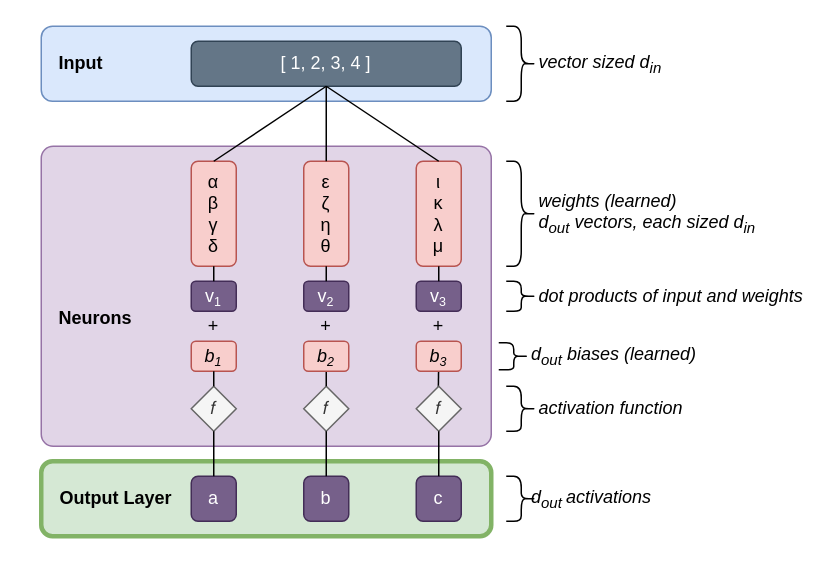
yshavit/llm-notes keeps this draw.io diagram as book/images/ffn/overview.drawio. Above is the earlier version. Source tidied: cells renumbered, new cells numbered last; positions are measured from the earlier drawing's top-left corner, leaving out a move shared by most shapes. Both pictures are drawn from the tidied source at 150%, with x=0, y=0 at pixel (40, 26).
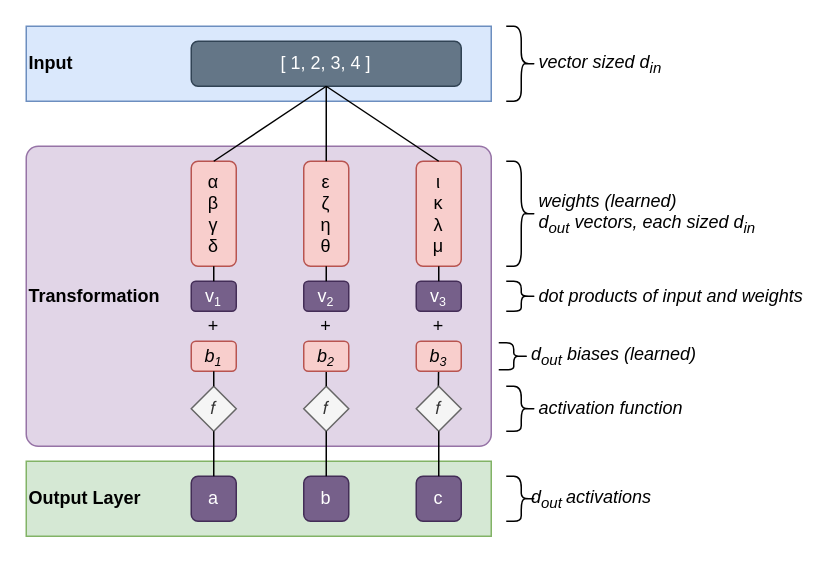
The same page after the edit.

The edit, as a diff of the source:
```diff
@@
-    <mxCell id="2" style="rounded=1;whiteSpace=wrap;html=1;fillColor=#e1d5e7;strokeColor=#9673a6;align=left;arcSize=4;" parent="1" vertex="1">
-      <mxGeometry y="80" width="300" height="200" as="geometry" />
+    <mxCell id="2" value="&lt;span style=&quot;font-weight: 700; background-color: transparent; color: light-dark(rgb(0, 0, 0), rgb(255, 255, 255));&quot;&gt;Trans&lt;/span&gt;&lt;span style=&quot;font-weight: 700; background-color: transparent; color: light-dark(rgb(0, 0, 0), rgb(255, 255, 255));&quot;&gt;formation&lt;/span&gt;" style="rounded=1;whiteSpace=wrap;html=1;fillColor=#e1d5e7;strokeColor=#9673a6;align=left;arcSize=4;" parent="1" vertex="1">
+      <mxGeometry x="-10" y="80" width="310" height="200" as="geometry" />
     </mxCell>
@@
-    <mxCell id="5" style="rounded=1;whiteSpace=wrap;html=1;fillColor=#dae8fc;strokeColor=#6c8ebf;align=left;" parent="1" vertex="1">
-      <mxGeometry width="300" height="50" as="geometry" />
+    <mxCell id="5" value="&lt;span style=&quot;font-weight: 700;&quot;&gt;Input&lt;/span&gt;" style="rounded=0;whiteSpace=wrap;html=1;fillColor=#dae8fc;strokeColor=#6c8ebf;align=left;" parent="1" vertex="1">
+      <mxGeometry x="-10" width="310" height="50" as="geometry" />
     </mxCell>
@@
-    <mxCell id="9" style="rounded=1;whiteSpace=wrap;html=1;fillColor=#d5e8d4;strokeColor=#82b366;align=left;strokeWidth=3;" parent="1" vertex="1">
-      <mxGeometry y="290" width="300" height="50" as="geometry" />
+    <mxCell id="9" value="&lt;span style=&quot;font-weight: 700; text-align: center;&quot;&gt;Output Layer&lt;/span&gt;" style="rounded=0;whiteSpace=wrap;html=1;fillColor=#d5e8d4;strokeColor=#82b366;align=left;strokeWidth=1;" parent="1" vertex="1">
+      <mxGeometry x="-10" y="290" width="310" height="50" as="geometry" />
     </mxCell>
@@
-    <mxCell id="48" value="Output Layer" style="text;html=1;whiteSpace=wrap;strokeColor=none;fillColor=none;align=center;verticalAlign=middle;rounded=0;fontStyle=1;" parent="1" vertex="1">
-      <mxGeometry x="10" y="300" width="80" height="30" as="geometry" />
-    </mxCell>
-    <mxCell id="49" value="Neurons" style="text;html=1;whiteSpace=wrap;strokeColor=none;fillColor=none;align=left;verticalAlign=middle;rounded=0;fontStyle=1;" parent="1" vertex="1">
-      <mxGeometry x="10" y="180" width="80" height="30" as="geometry" />
-    </mxCell>
-    <mxCell id="50" value="Input" style="text;html=1;whiteSpace=wrap;strokeColor=none;fillColor=none;align=left;verticalAlign=middle;rounded=0;fontStyle=1;" parent="1" vertex="1">
-      <mxGeometry x="10" y="10" width="80" height="30" as="geometry" />
-    </mxCell>
```
